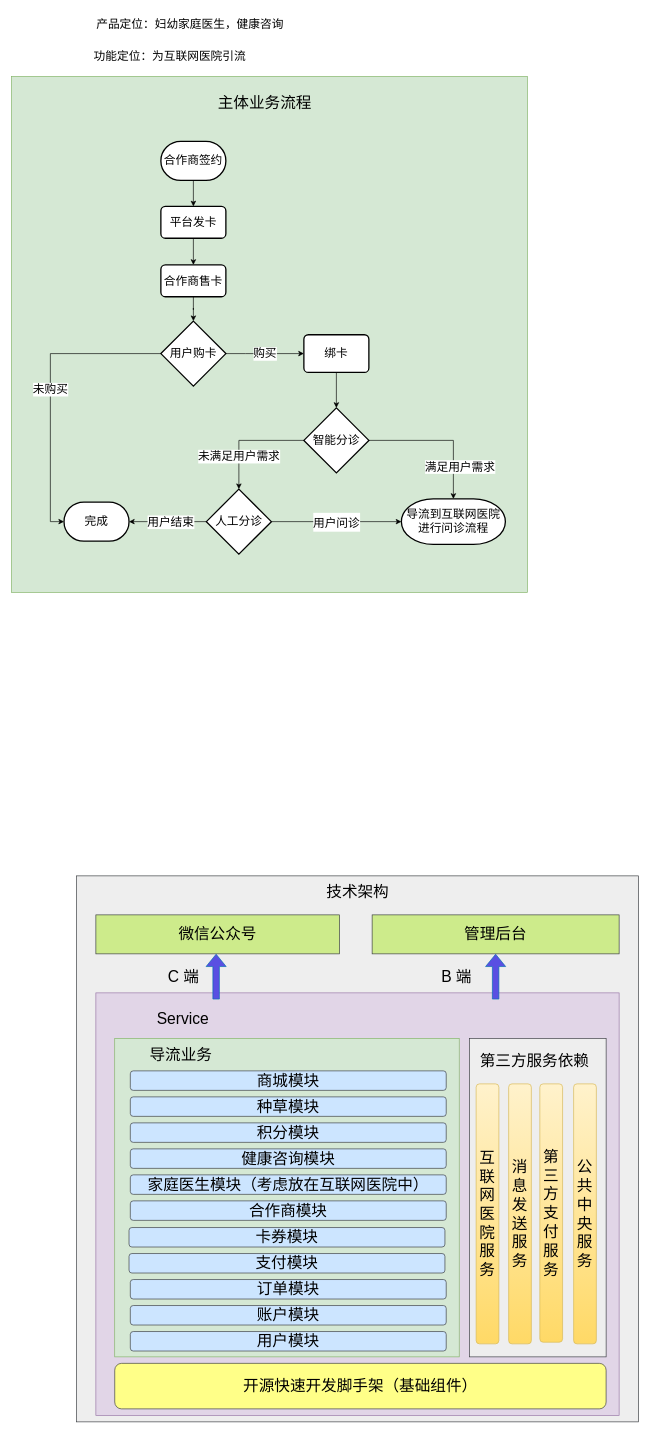
Before: jbh/家庭医生v1.drawio in GitHeP/diagrams, a draw.io diagram. Source tidied: cells renumbered, new cells numbered last; positions are measured from the earlier drawing's top-left corner, leaving out a move shared by most shapes. Both pictures are drawn from the tidied source at 65%, with x=0, y=0 at pixel (11, 11).
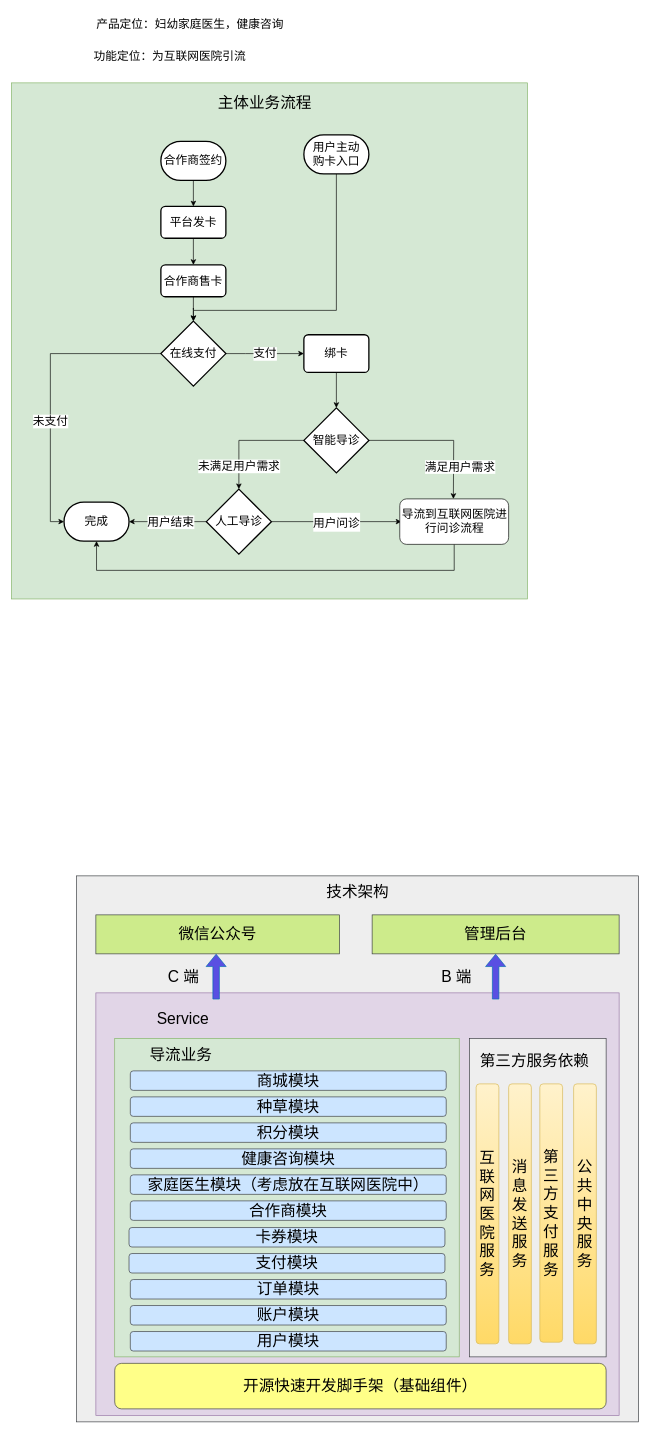
After the change.

Commit message:
更新家庭医生v1.drawio

Unchanged cells that the change refers to:
```xml
<mxCell id="16" value="完成" style="strokeWidth=2;html=1;shape=mxgraph.flowchart.terminator;whiteSpace=wrap;fontSize=18;" parent="1" vertex="1">
  <mxGeometry x="81" y="755" width="100" height="60" as="geometry" />
</mxCell>
<mxCell id="18" value="绑卡" style="rounded=1;whiteSpace=wrap;html=1;absoluteArcSize=1;arcSize=14;strokeWidth=2;fontSize=18;" parent="1" vertex="1">
  <mxGeometry x="450" y="497.5" width="100" height="58" as="geometry" />
</mxCell>
```

Diff of the diagram source:
```diff
@@
     <mxCell id="4" style="whiteSpace=wrap;html=1;fontSize=18;fillColor=#d5e8d4;strokeColor=#82b366;" parent="1" vertex="1">
-      <mxGeometry y="100" width="794" height="794" as="geometry" />
+      <mxGeometry y="110" width="794" height="794" as="geometry" />
     </mxCell>
@@
-    <mxCell id="13" value="购买" style="edgeStyle=orthogonalEdgeStyle;rounded=0;jettySize=auto;html=1;fontSize=18;" parent="1" edge="1" source="15" target="18">
+    <mxCell id="13" value="支付" style="edgeStyle=orthogonalEdgeStyle;rounded=0;jettySize=auto;html=1;fontSize=18;" parent="1" edge="1" source="15" target="18">
       <mxGeometry relative="1" as="geometry">
         <Array as="points">
           <mxPoint x="360" y="527" />
           <mxPoint x="360" y="527" />
         </Array>
       </mxGeometry>
     </mxCell>
-    <mxCell id="14" value="未购买" style="edgeStyle=orthogonalEdgeStyle;rounded=0;jettySize=auto;html=1;entryX=0;entryY=0.5;entryDx=0;entryDy=0;entryPerimeter=0;fontSize=18;exitX=0;exitY=0.5;exitDx=0;exitDy=0;exitPerimeter=0;" parent="1" edge="1" source="15" target="16">
-      <mxGeometry relative="1" as="geometry">
+    <mxCell id="14" value="未支付" style="edgeStyle=orthogonalEdgeStyle;rounded=0;jettySize=auto;html=1;entryX=0;entryY=0.5;entryDx=0;entryDy=0;entryPerimeter=0;fontSize=18;exitX=0;exitY=0.5;exitDx=0;exitDy=0;exitPerimeter=0;" parent="1" edge="1" source="15" target="16">
+      <mxGeometry x="0.22" relative="1" as="geometry">
         <Array as="points">
           <mxPoint x="60" y="527" />
           <mxPoint x="60" y="785" />
         </Array>
       </mxGeometry>
     </mxCell>
-    <mxCell id="15" value="用户购卡" style="strokeWidth=2;html=1;shape=mxgraph.flowchart.decision;whiteSpace=wrap;fontSize=18;" parent="1" vertex="1">
+    <mxCell id="15" value="在线支付" style="strokeWidth=2;html=1;shape=mxgraph.flowchart.decision;whiteSpace=wrap;fontSize=18;" parent="1" vertex="1">
       <mxGeometry x="230" y="476.5" width="100" height="100" as="geometry" />
     </mxCell>
@@
     <mxCell id="19" value="未满足用户需求" style="edgeStyle=orthogonalEdgeStyle;rounded=0;jettySize=auto;html=1;fontSize=18;" parent="1" edge="1" source="21" target="56">
-      <mxGeometry x="0.43" relative="1" as="geometry" />
+      <mxGeometry x="0.6" relative="1" as="geometry" />
     </mxCell>
-    <mxCell id="20" value="满足用户需求" style="edgeStyle=orthogonalEdgeStyle;rounded=0;jettySize=auto;html=1;entryX=0.5;entryY=0;entryDx=0;entryDy=0;entryPerimeter=0;fontSize=18;" parent="1" edge="1" source="21" target="22">
-      <mxGeometry x="0.55" y="10" relative="1" as="geometry" />
+    <mxCell id="20" value="满足用户需求" style="edgeStyle=orthogonalEdgeStyle;rounded=0;jettySize=auto;html=1;entryX=0.5;entryY=0;entryDx=0;entryDy=0;entryPerimeter=0;fontSize=18;" parent="1" edge="1" source="21">
+      <mxGeometry x="0.55" y="10" relative="1" as="geometry">
+        <mxPoint x="680" y="750" as="targetPoint" />
+      </mxGeometry>
     </mxCell>
-    <mxCell id="21" value="智能分诊" style="strokeWidth=2;html=1;shape=mxgraph.flowchart.decision;whiteSpace=wrap;fontSize=18;" parent="1" vertex="1">
+    <mxCell id="21" value="智能导诊" style="strokeWidth=2;html=1;shape=mxgraph.flowchart.decision;whiteSpace=wrap;fontSize=18;" parent="1" vertex="1">
       <mxGeometry x="450" y="610" width="100" height="100" as="geometry" />
     </mxCell>
-    <mxCell id="22" value="导流到互联网医院进行问诊流程" style="strokeWidth=2;html=1;shape=mxgraph.flowchart.terminator;whiteSpace=wrap;fontSize=18;" parent="1" vertex="1">
-      <mxGeometry x="600" y="750" width="160" height="70" as="geometry" />
-    </mxCell>
@@
-    <mxCell id="52" style="edgeStyle=orthogonalEdgeStyle;rounded=0;jettySize=auto;html=1;fontSize=24;fillColor=#594FE2;" parent="1" edge="1" source="56" target="22">
-      <mxGeometry relative="1" as="geometry" />
+    <mxCell id="52" style="edgeStyle=orthogonalEdgeStyle;rounded=0;jettySize=auto;html=1;fontSize=24;fillColor=#594FE2;" parent="1" edge="1" source="56">
+      <mxGeometry relative="1" as="geometry">
+        <mxPoint x="600" y="785" as="targetPoint" />
+      </mxGeometry>
     </mxCell>
@@
-    <mxCell id="56" value="人工分诊" style="strokeWidth=2;html=1;shape=mxgraph.flowchart.decision;whiteSpace=wrap;fontSize=18;" parent="1" vertex="1">
+    <mxCell id="56" value="人工导诊" style="strokeWidth=2;html=1;shape=mxgraph.flowchart.decision;whiteSpace=wrap;fontSize=18;" parent="1" vertex="1">
       <mxGeometry x="300" y="735" width="100" height="100" as="geometry" />
     </mxCell>
+    <mxCell id="57" style="edgeStyle=orthogonalEdgeStyle;rounded=0;jettySize=auto;html=1;fontSize=18;fillColor=#594FE2;" parent="1" edge="1" source="58" target="15">
+      <mxGeometry relative="1" as="geometry">
+        <Array as="points">
+          <mxPoint x="500" y="460" />
+          <mxPoint x="280" y="460" />
+        </Array>
+      </mxGeometry>
+    </mxCell>
+    <mxCell id="58" value="用户主动&lt;br&gt;购卡入口" style="strokeWidth=2;html=1;shape=mxgraph.flowchart.terminator;whiteSpace=wrap;fontSize=18;" parent="1" vertex="1">
+      <mxGeometry x="450" y="190" width="100" height="60" as="geometry" />
+    </mxCell>
+    <mxCell id="59" style="edgeStyle=orthogonalEdgeStyle;rounded=0;jettySize=auto;html=1;entryX=0.5;entryY=1;entryDx=0;entryDy=0;entryPerimeter=0;fontSize=18;fillColor=#594FE2;exitX=0.5;exitY=1;exitDx=0;exitDy=0;" parent="1" edge="1" source="22" target="16">
+      <mxGeometry relative="1" as="geometry">
+        <Array as="points">
+          <mxPoint x="681" y="860" />
+          <mxPoint x="131" y="860" />
+        </Array>
+      </mxGeometry>
+    </mxCell>
+    <mxCell id="22" value="导流到互联网医院进行问诊流程" style="rounded=1;whiteSpace=wrap;html=1;fontSize=18;" parent="1" vertex="1">
+      <mxGeometry x="597.5" y="750" width="167.5" height="70" as="geometry" />
+    </mxCell>
```
